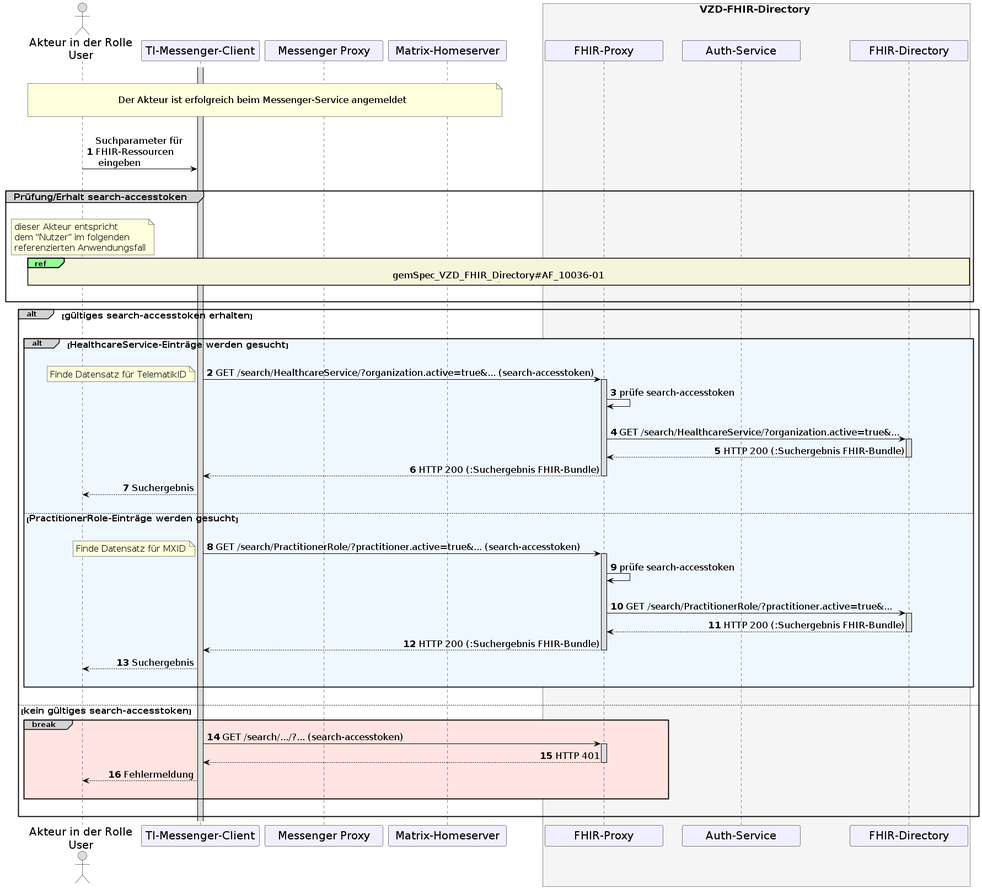
Before: images/diagrams/TI-Messenger-Dienst/Ressourcen/Einträge im VZD-FHIR-Directory suchen.png, a diagram exported from PlantUML (gematik/api-ti-messenger).
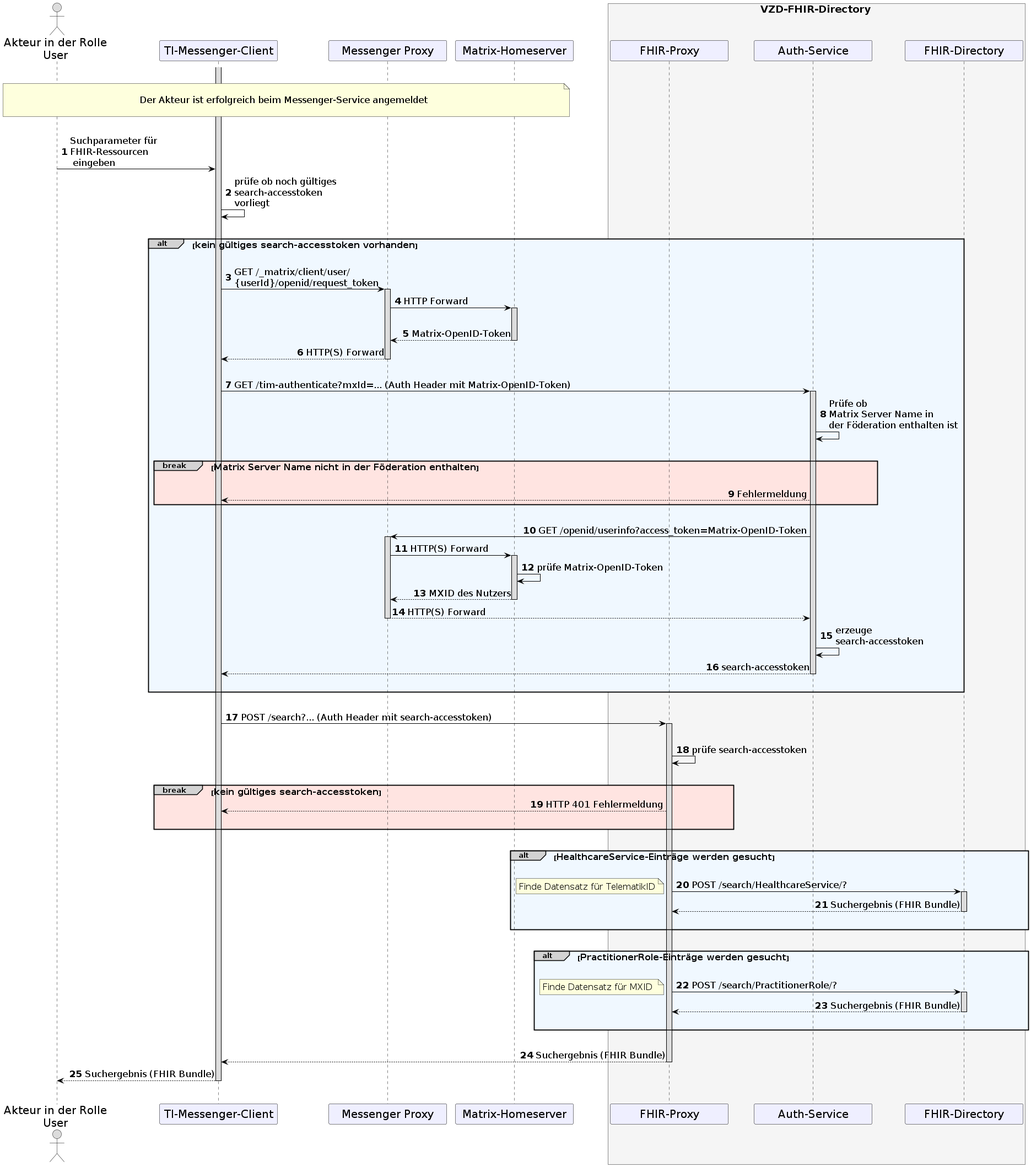
The same diagram one commit later.

Change to the diagram source:
```diff
@@ -3,7 +3,6 @@
 skinparam minClassWidth 200
 skinparam BoxPadding 1
 skinparam sequenceReferenceHeaderBackgroundColor palegreen
-skinparam sequenceReferenceBackgroundColor Beige
 scale max 2048 width
 
 skinparam sequence {
@@ -23,8 +22,8 @@
 ActorBackgroundColor Gainsboro
 ActorFontColor black
 ActorFontSize 20
+
 }
-
 autonumber
 
 actor U as "Akteur in der Rolle\nUser"
@@ -40,69 +39,99 @@
 |||
 note over U, hs: \n<size:17>Der Akteur ist erfolgreich beim Messenger-Service angemeldet</size>\n
 |||
-activate cl
-U->cl:Suchparameter für \nFHIR-Ressourcen \n eingeben
+
+      activate cl
+    U->cl:Suchparameter für \nFHIR-Ressourcen \n eingeben
+    cl->cl: prüfe ob noch gültiges \nsearch-accesstoken\nvorliegt
+
 |||
-group#LightGrey <size:16>Prüfung/Erhalt search-accesstoken</size>
-  |||
-  note over U
-  <size:16>dieser Akteur entspricht</size>
-  <size:16>dem "Nutzer" im folgenden</size>
-  <size:16>referenzierten Anwendungsfall</size>
-  end note
-  ref over U, cl, mp, hs, fp, au, fd
-  <size:17>gemSpec_VZD_FHIR_Directory#AF_10036-01</size>
-  |||
-  end ref
-  |||
-end group
+alt#LightGrey #AliceBlue <size:16>kein gültiges search-accesstoken vorhanden</size>
+|||
 
-alt#LightGrey <size:16>gültiges search-accesstoken erhalten</size>
+
+    cl->mp: GET /_matrix/client/user/\n{userId}/openid/request_token
+      activate mp
+    mp->hs: HTTP Forward
+
+      activate hs
+    |||
+    hs-->mp: Matrix-OpenID-Token
+      deactivate hs
+    mp-->cl: HTTP(S) Forward
+      deactivate mp
+
+    |||
+    cl->au: GET /tim-authenticate?mxId=... (Auth Header mit Matrix-OpenID-Token)
+      activate au
+    au->au: Prüfe ob \nMatrix Server Name in \nder Föderation enthalten ist
+
 |||
-  alt#LightGrey #AliceBlue <size:16>HealthcareService-Einträge werden gesucht</size>
+break#LightGrey #MistyRose <size:16>Matrix Server Name nicht in der Föderation enthalten</size>
+|||
+    au-->cl: Fehlermeldung
+end
+
+|||
+        au->mp: GET /openid/userinfo?access_token=Matrix-OpenID-Token
+          activate mp
+        mp->hs: HTTP(S) Forward
+          activate hs
+        hs->hs: prüfe Matrix-OpenID-Token
+        hs-->mp: MXID des Nutzers
+          deactivate hs
+        mp-->au: HTTP(S) Forward
+          deactivate mp
+        au->au: erzeuge \nsearch-accesstoken
+        au-->cl: search-accesstoken
+          deactivate au
+          deactivate fp
+|||
+end
+
+
     |||
-    cl->fp: GET /search/HealthcareService/?organization.active=true&... (search-accesstoken)
+    cl->fp: POST /search?... (Auth Header mit search-accesstoken)
+    |||
+      activate fp
+    fp->fp: prüfe search-accesstoken
+    |||
+    break#LightGrey #MistyRose <size:16>kein gültiges search-accesstoken</size>
+      fp-->cl: HTTP 401 Fehlermeldung
+    |||
+    end
+
+|||
+alt#LightGrey #AliceBlue <size:16>HealthcareService-Einträge werden gesucht</size>
+|||
+    fp->fd: POST /search/HealthcareService/?
+      activate fd
     note left
     <size:16>Finde Datensatz für TelematikID</size>
     end note
-    activate fp
-    fp->fp: prüfe search-accesstoken
-    |||
-    fp->fd: GET /search/HealthcareService/?organization.active=true&...
-    activate fd
-    fd-->fp: HTTP 200 (:Suchergebnis FHIR-Bundle)
+    fd-->fp: Suchergebnis (FHIR Bundle)
       deactivate fd
-    fp-->cl: HTTP 200 (:Suchergebnis FHIR-Bundle)
-    deactivate fp
-    cl-->U: Suchergebnis
-    |||
-  else <size:16>PractitionerRole-Einträge werden gesucht</size>
-    |||
-    cl->fp: GET /search/PractitionerRole/?practitioner.active=true&... (search-accesstoken)
-    note left
-    <size:16>Finde Datensatz für MXID</size>
-    end note
-    activate fp
-    fp->fp: prüfe search-accesstoken
-    |||
-    fp->fd: GET /search/PractitionerRole/?practitioner.active=true&...
-    activate fd
-    fd-->fp: HTTP 200 (:Suchergebnis FHIR-Bundle)
-      deactivate fd
-    fp-->cl: HTTP 200 (:Suchergebnis FHIR-Bundle)
-    deactivate fp
-    cl-->U: Suchergebnis
-    |||
-  end
-|||
-else <size:16>kein gültiges search-accesstoken</size>
-  break#LightGrey #MistyRose
-    cl->fp++: GET /search/.../?... (search-accesstoken)
-    fp-->cl--: HTTP 401
-    cl-->U: Fehlermeldung
-  |||
-  end
 |||
 end
 
+|||
+alt#LightGrey #AliceBlue <size:16>PractitionerRole-Einträge werden gesucht</size>
+|||
+    fp->fd: POST /search/PractitionerRole/?
+      activate fd
+    note left
+    <size:16>Finde Datensatz für MXID </size>
+    end note
+    fd-->fp: Suchergebnis (FHIR Bundle)
+      deactivate fd
+|||
+end
+|||
+
+  fp-->cl: Suchergebnis (FHIR Bundle)
+  deactivate fp
+  cl-->U: Suchergebnis (FHIR Bundle)
+   |||
+
+    deactivate cl
+
 @enduml
```
